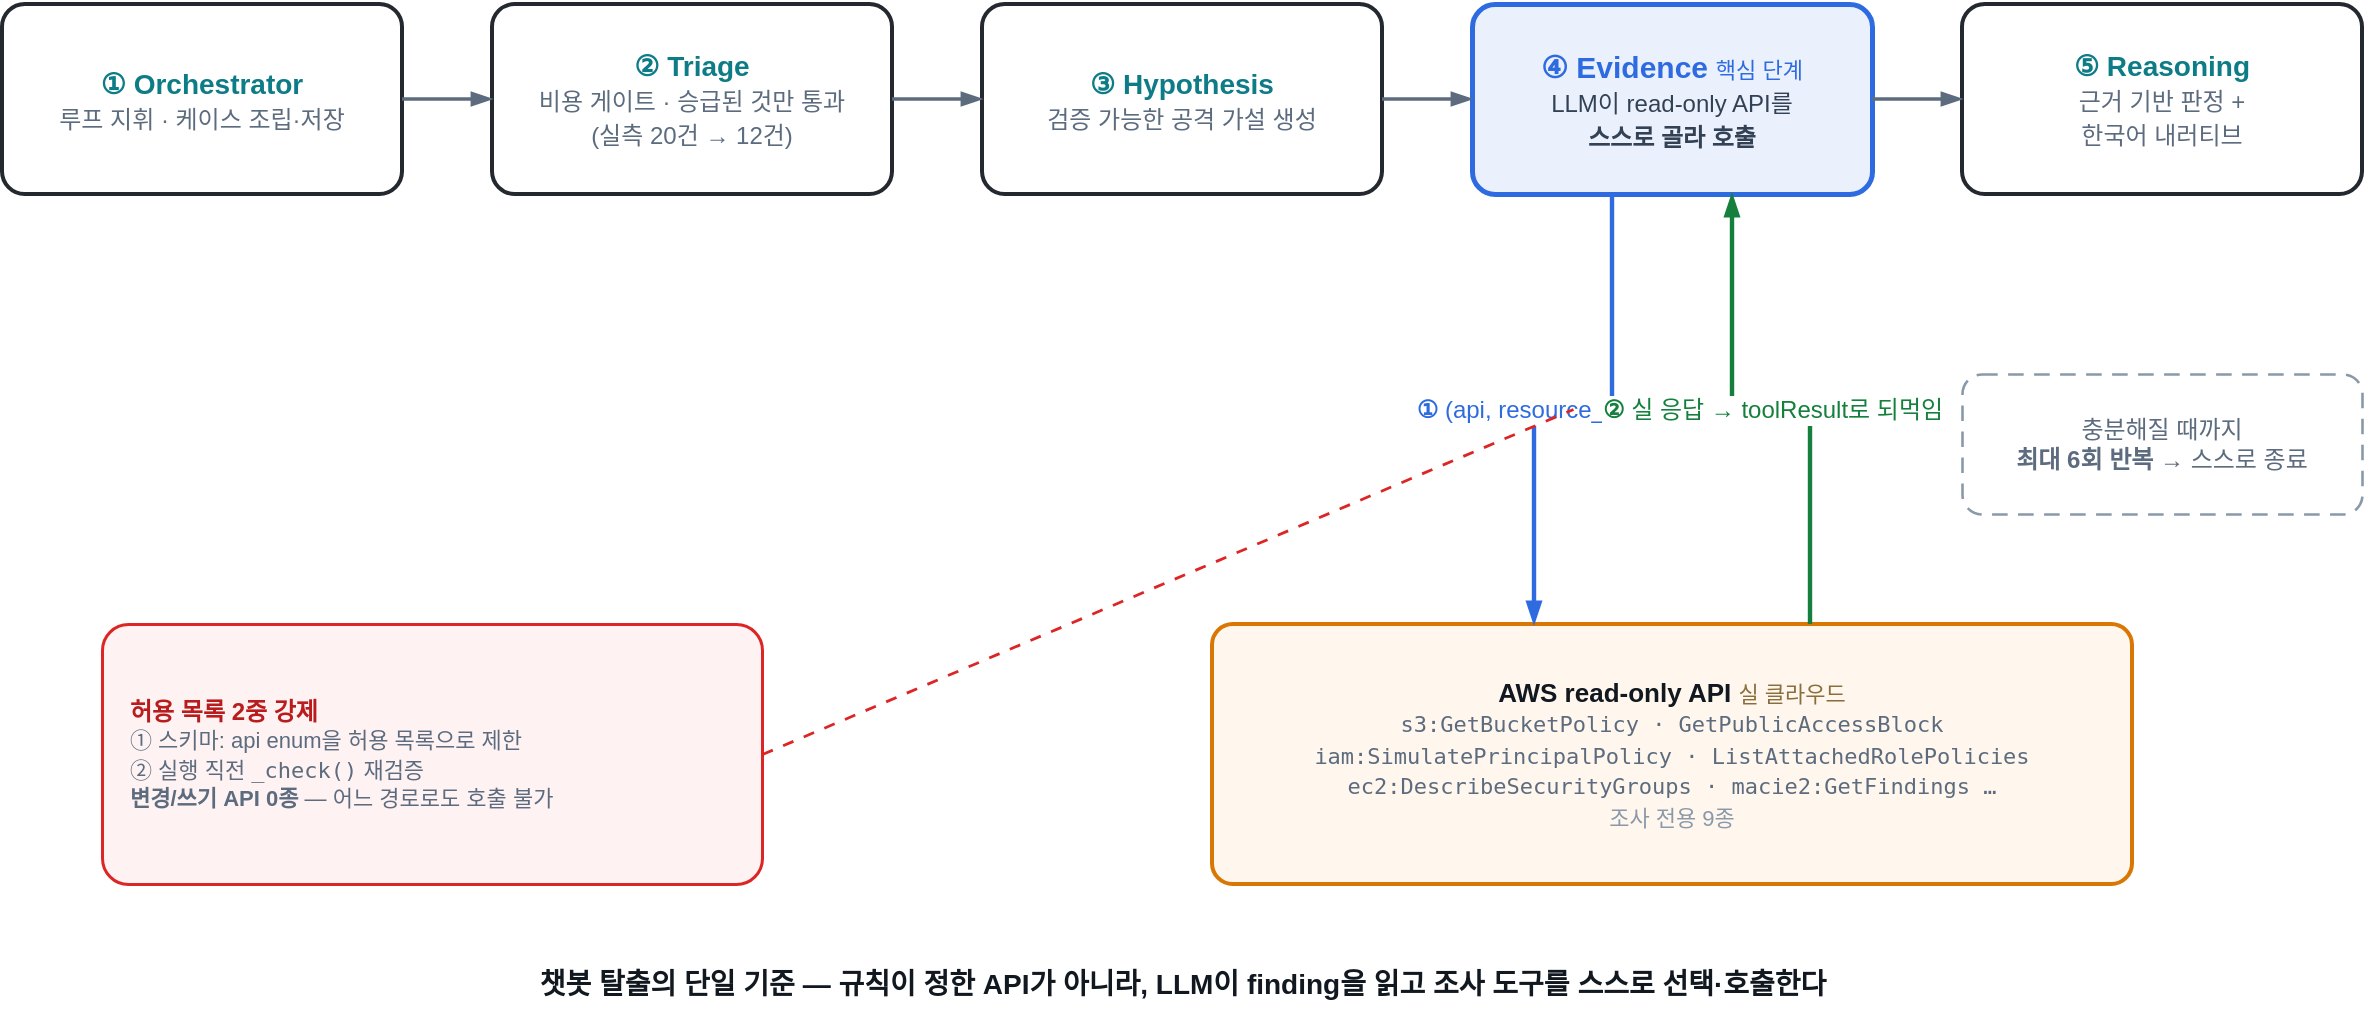
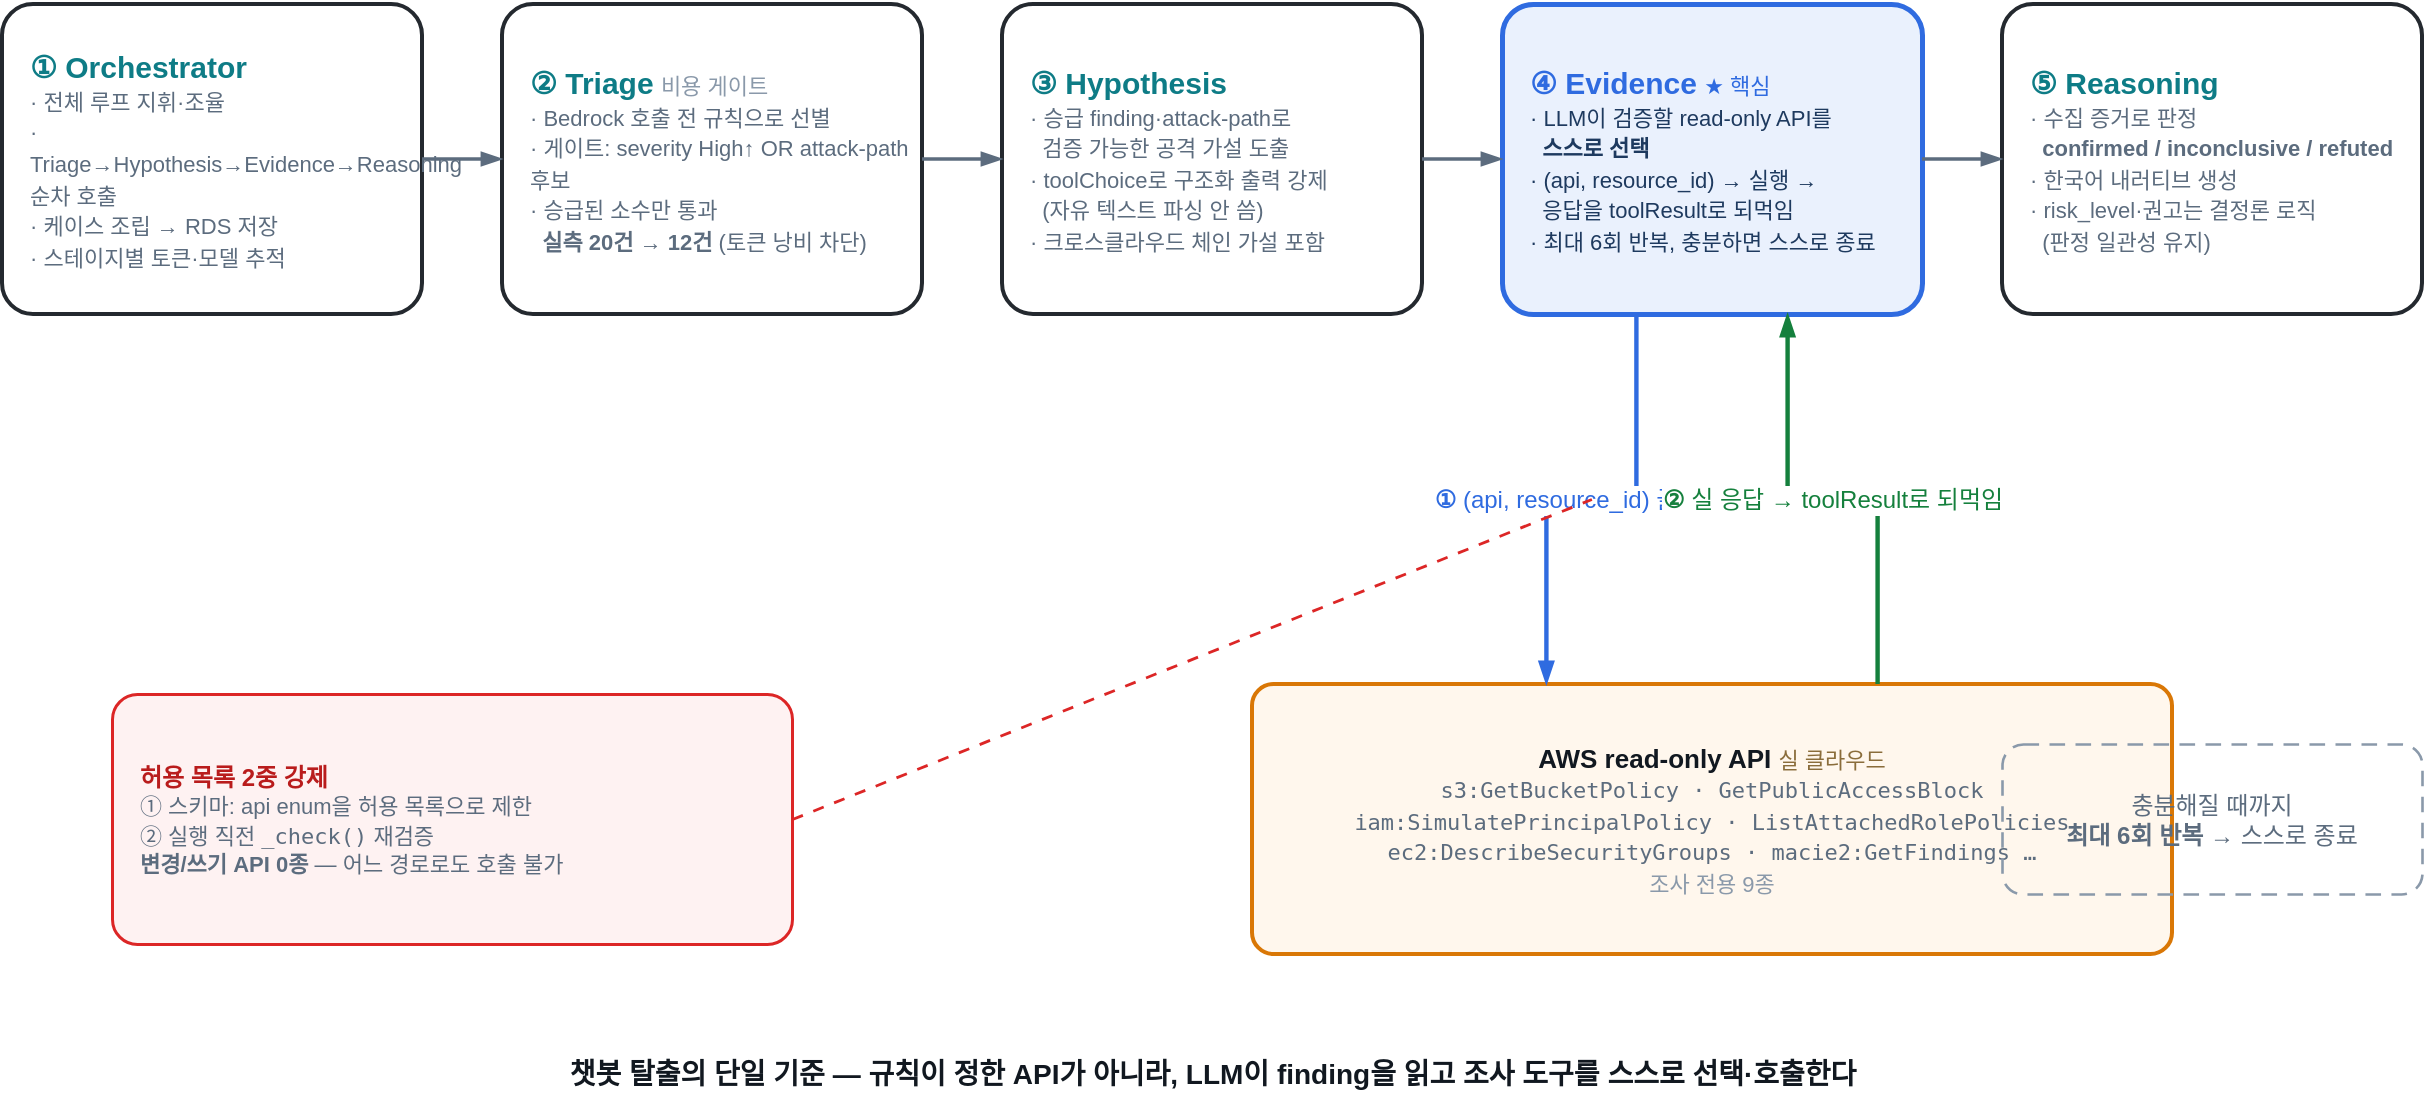
<mxfile host="app.diagrams.net" type="device">
  <diagram name="에이전틱 조사 루프" id="agentic-loop">
-     <mxGraphModel dx="1100" dy="640" grid="1" gridSize="10" guides="1" tooltips="1" connect="1" arrows="1" fold="1" page="1" pageScale="1" pageWidth="1220" pageHeight="600" math="0" shadow="0">
+     <mxGraphModel dx="1120" dy="660" grid="1" gridSize="10" guides="1" tooltips="1" connect="1" arrows="1" fold="1" page="1" pageScale="1" pageWidth="1240" pageHeight="620" math="0" shadow="0">
      <root>
        <mxCell id="0" />
        <mxCell id="1" parent="0" />

-         <!-- ============ 5단계 루프 (가로) ============ -->
-         <mxCell id="s1" value="&lt;b&gt;&lt;font color=&quot;#0E7C86&quot;&gt;① Orchestrator&lt;/font&gt;&lt;/b&gt;&lt;br&gt;&lt;font style=&quot;font-size: 12px;&quot; color=&quot;#5C6C7E&quot;&gt;루프 지휘 · 케이스 조립·저장&lt;/font&gt;"
-           style="rounded=1;arcSize=12;whiteSpace=wrap;html=1;fillColor=#FFFFFF;strokeColor=#24292F;strokeWidth=2;fontColor=#111820;fontSize=14;verticalAlign=middle;"
+         <!-- ============ 5단계 루프 (가로) — 각 단계 불릿 3종 ============ -->
+         <mxCell id="s1" value="&lt;b&gt;&lt;font color=&quot;#0E7C86&quot; style=&quot;font-size: 15px;&quot;&gt;① Orchestrator&lt;/font&gt;&lt;/b&gt;&lt;br&gt;&lt;font style=&quot;font-size: 11px;&quot; color=&quot;#5C6C7E&quot;&gt;· 전체 루프 지휘·조율&lt;br&gt;· Triage→Hypothesis→Evidence→Reasoning 순차 호출&lt;br&gt;· 케이스 조립 → RDS 저장&lt;br&gt;· 스테이지별 토큰·모델 추적&lt;/font&gt;"
+           style="rounded=1;arcSize=10;whiteSpace=wrap;html=1;fillColor=#FFFFFF;strokeColor=#24292F;strokeWidth=2;fontColor=#111820;fontSize=13;align=left;spacingLeft=12;verticalAlign=middle;"
          vertex="1" parent="1">
-           <mxGeometry x="20" y="50" width="200" height="95" as="geometry" />
+           <mxGeometry x="15" y="40" width="210" height="155" as="geometry" />
        </mxCell>

-         <mxCell id="s2" value="&lt;b&gt;&lt;font color=&quot;#0E7C86&quot;&gt;② Triage&lt;/font&gt;&lt;/b&gt;&lt;br&gt;&lt;font style=&quot;font-size: 12px;&quot; color=&quot;#5C6C7E&quot;&gt;비용 게이트 · 승급된 것만 통과&lt;br&gt;(실측 20건 → 12건)&lt;/font&gt;"
-           style="rounded=1;arcSize=12;whiteSpace=wrap;html=1;fillColor=#FFFFFF;strokeColor=#24292F;strokeWidth=2;fontColor=#111820;fontSize=14;verticalAlign=middle;"
+         <mxCell id="s2" value="&lt;b&gt;&lt;font color=&quot;#0E7C86&quot; style=&quot;font-size: 15px;&quot;&gt;② Triage&lt;/font&gt;&lt;/b&gt;&amp;nbsp;&lt;font style=&quot;font-size: 11px;&quot; color=&quot;#8A99AA&quot;&gt;비용 게이트&lt;/font&gt;&lt;br&gt;&lt;font style=&quot;font-size: 11px;&quot; color=&quot;#5C6C7E&quot;&gt;· Bedrock 호출 전 규칙으로 선별&lt;br&gt;· 게이트: severity High↑ OR attack-path 후보&lt;br&gt;· 승급된 소수만 통과&lt;br&gt;&amp;nbsp;&amp;nbsp;&lt;b&gt;실측 20건 → 12건&lt;/b&gt; (토큰 낭비 차단)&lt;/font&gt;"
+           style="rounded=1;arcSize=10;whiteSpace=wrap;html=1;fillColor=#FFFFFF;strokeColor=#24292F;strokeWidth=2;fontColor=#111820;fontSize=13;align=left;spacingLeft=12;verticalAlign=middle;"
          vertex="1" parent="1">
-           <mxGeometry x="265" y="50" width="200" height="95" as="geometry" />
+           <mxGeometry x="265" y="40" width="210" height="155" as="geometry" />
        </mxCell>

-         <mxCell id="s3" value="&lt;b&gt;&lt;font color=&quot;#0E7C86&quot;&gt;③ Hypothesis&lt;/font&gt;&lt;/b&gt;&lt;br&gt;&lt;font style=&quot;font-size: 12px;&quot; color=&quot;#5C6C7E&quot;&gt;검증 가능한 공격 가설 생성&lt;/font&gt;"
-           style="rounded=1;arcSize=12;whiteSpace=wrap;html=1;fillColor=#FFFFFF;strokeColor=#24292F;strokeWidth=2;fontColor=#111820;fontSize=14;verticalAlign=middle;"
+         <mxCell id="s3" value="&lt;b&gt;&lt;font color=&quot;#0E7C86&quot; style=&quot;font-size: 15px;&quot;&gt;③ Hypothesis&lt;/font&gt;&lt;/b&gt;&lt;br&gt;&lt;font style=&quot;font-size: 11px;&quot; color=&quot;#5C6C7E&quot;&gt;· 승급 finding·attack-path로&lt;br&gt;&amp;nbsp;&amp;nbsp;검증 가능한 공격 가설 도출&lt;br&gt;· toolChoice로 구조화 출력 강제&lt;br&gt;&amp;nbsp;&amp;nbsp;(자유 텍스트 파싱 안 씀)&lt;br&gt;· 크로스클라우드 체인 가설 포함&lt;/font&gt;"
+           style="rounded=1;arcSize=10;whiteSpace=wrap;html=1;fillColor=#FFFFFF;strokeColor=#24292F;strokeWidth=2;fontColor=#111820;fontSize=13;align=left;spacingLeft=12;verticalAlign=middle;"
          vertex="1" parent="1">
-           <mxGeometry x="510" y="50" width="200" height="95" as="geometry" />
+           <mxGeometry x="515" y="40" width="210" height="155" as="geometry" />
        </mxCell>

        <!-- ④ Evidence — 핵심 단계(강조) -->
-         <mxCell id="s4" value="&lt;b style=&quot;font-size: 15px;&quot;&gt;&lt;font color=&quot;#2F6BE0&quot;&gt;④ Evidence&lt;/font&gt;&lt;/b&gt;&amp;nbsp;&lt;font style=&quot;font-size: 11px;&quot; color=&quot;#2F6BE0&quot;&gt;핵심 단계&lt;/font&gt;&lt;br&gt;&lt;font style=&quot;font-size: 12px;&quot; color=&quot;#334155&quot;&gt;LLM이 read-only API를&lt;br&gt;&lt;b&gt;스스로 골라 호출&lt;/b&gt;&lt;/font&gt;"
-           style="rounded=1;arcSize=12;whiteSpace=wrap;html=1;fillColor=#EAF1FD;strokeColor=#2F6BE0;strokeWidth=2.5;fontColor=#111820;fontSize=14;verticalAlign=middle;"
+         <mxCell id="s4" value="&lt;b style=&quot;font-size: 15px;&quot;&gt;&lt;font color=&quot;#2F6BE0&quot;&gt;④ Evidence&lt;/font&gt;&lt;/b&gt;&amp;nbsp;&lt;font style=&quot;font-size: 11px;&quot; color=&quot;#2F6BE0&quot;&gt;★ 핵심&lt;/font&gt;&lt;br&gt;&lt;font style=&quot;font-size: 11px;&quot; color=&quot;#1E3A5F&quot;&gt;· LLM이 검증할 read-only API를&lt;br&gt;&amp;nbsp;&amp;nbsp;&lt;b&gt;스스로 선택&lt;/b&gt;&lt;br&gt;· (api, resource_id) → 실행 →&lt;br&gt;&amp;nbsp;&amp;nbsp;응답을 toolResult로 되먹임&lt;br&gt;· 최대 6회 반복, 충분하면 스스로 종료&lt;/font&gt;"
+           style="rounded=1;arcSize=10;whiteSpace=wrap;html=1;fillColor=#EAF1FD;strokeColor=#2F6BE0;strokeWidth=2.5;fontColor=#111820;fontSize=13;align=left;spacingLeft=12;verticalAlign=middle;"
          vertex="1" parent="1">
-           <mxGeometry x="755" y="50" width="200" height="95" as="geometry" />
+           <mxGeometry x="765" y="40" width="210" height="155" as="geometry" />
        </mxCell>

-         <mxCell id="s5" value="&lt;b&gt;&lt;font color=&quot;#0E7C86&quot;&gt;⑤ Reasoning&lt;/font&gt;&lt;/b&gt;&lt;br&gt;&lt;font style=&quot;font-size: 12px;&quot; color=&quot;#5C6C7E&quot;&gt;근거 기반 판정 +&lt;br&gt;한국어 내러티브&lt;/font&gt;"
-           style="rounded=1;arcSize=12;whiteSpace=wrap;html=1;fillColor=#FFFFFF;strokeColor=#24292F;strokeWidth=2;fontColor=#111820;fontSize=14;verticalAlign=middle;"
+         <mxCell id="s5" value="&lt;b&gt;&lt;font color=&quot;#0E7C86&quot; style=&quot;font-size: 15px;&quot;&gt;⑤ Reasoning&lt;/font&gt;&lt;/b&gt;&lt;br&gt;&lt;font style=&quot;font-size: 11px;&quot; color=&quot;#5C6C7E&quot;&gt;· 수집 증거로 판정&lt;br&gt;&amp;nbsp;&amp;nbsp;&lt;b&gt;confirmed / inconclusive / refuted&lt;/b&gt;&lt;br&gt;· 한국어 내러티브 생성&lt;br&gt;· risk_level·권고는 결정론 로직&lt;br&gt;&amp;nbsp;&amp;nbsp;(판정 일관성 유지)&lt;/font&gt;"
+           style="rounded=1;arcSize=10;whiteSpace=wrap;html=1;fillColor=#FFFFFF;strokeColor=#24292F;strokeWidth=2;fontColor=#111820;fontSize=13;align=left;spacingLeft=12;verticalAlign=middle;"
          vertex="1" parent="1">
-           <mxGeometry x="1000" y="50" width="200" height="95" as="geometry" />
+           <mxGeometry x="1015" y="40" width="210" height="155" as="geometry" />
        </mxCell>

        <!-- 단계 연결 화살표 -->
        <mxCell id="a1" style="edgeStyle=orthogonalEdgeStyle;rounded=0;html=1;strokeColor=#5C6C7E;strokeWidth=1.8;endArrow=blockThin;endFill=1;exitX=1;exitY=0.5;entryX=0;entryY=0.5;"
          edge="1" parent="1" source="s1" target="s2"><mxGeometry relative="1" as="geometry" /></mxCell>
        <mxCell id="a2" style="edgeStyle=orthogonalEdgeStyle;rounded=0;html=1;strokeColor=#5C6C7E;strokeWidth=1.8;endArrow=blockThin;endFill=1;exitX=1;exitY=0.5;entryX=0;entryY=0.5;"
          edge="1" parent="1" source="s2" target="s3"><mxGeometry relative="1" as="geometry" /></mxCell>
        <mxCell id="a3" style="edgeStyle=orthogonalEdgeStyle;rounded=0;html=1;strokeColor=#5C6C7E;strokeWidth=1.8;endArrow=blockThin;endFill=1;exitX=1;exitY=0.5;entryX=0;entryY=0.5;"
          edge="1" parent="1" source="s3" target="s4"><mxGeometry relative="1" as="geometry" /></mxCell>
        <mxCell id="a4" style="edgeStyle=orthogonalEdgeStyle;rounded=0;html=1;strokeColor=#5C6C7E;strokeWidth=1.8;endArrow=blockThin;endFill=1;exitX=1;exitY=0.5;entryX=0;entryY=0.5;"
          edge="1" parent="1" source="s4" target="s5"><mxGeometry relative="1" as="geometry" /></mxCell>

        <!-- ============ AWS read-only API (실 클라우드) ============ -->
        <mxCell id="aws" value="&lt;b&gt;AWS read-only API&lt;/b&gt;&amp;nbsp;&lt;font style=&quot;font-size: 11px;&quot; color=&quot;#8A6D3B&quot;&gt;실 클라우드&lt;/font&gt;&lt;br&gt;&lt;font style=&quot;font-family: Consolas, monospace; font-size: 11px;&quot; color=&quot;#5C6C7E&quot;&gt;s3:GetBucketPolicy · GetPublicAccessBlock&lt;br&gt;iam:SimulatePrincipalPolicy · ListAttachedRolePolicies&lt;br&gt;ec2:DescribeSecurityGroups · macie2:GetFindings …&lt;/font&gt;&lt;br&gt;&lt;font style=&quot;font-size: 11px;&quot; color=&quot;#8A99AA&quot;&gt;조사 전용 9종&lt;/font&gt;"
          style="rounded=1;arcSize=8;whiteSpace=wrap;html=1;fillColor=#FFF7ED;strokeColor=#D97706;strokeWidth=2;fontColor=#111820;fontSize=13;verticalAlign=middle;"
          vertex="1" parent="1">
-           <mxGeometry x="625" y="360" width="460" height="130" as="geometry" />
+           <mxGeometry x="640" y="380" width="460" height="135" as="geometry" />
        </mxCell>

        <!-- 왕복 화살표: 나감(호출) -->
        <mxCell id="call" value="&lt;b&gt;①&lt;/b&gt; (api, resource_id) 골라 호출"
-           style="edgeStyle=orthogonalEdgeStyle;rounded=0;html=1;strokeColor=#2F6BE0;strokeWidth=2.2;endArrow=blockThin;endFill=1;fontSize=12;fontColor=#2F6BE0;labelBackgroundColor=#FFFFFF;exitX=0.35;exitY=1;entryX=0.35;entryY=0;"
+           style="edgeStyle=orthogonalEdgeStyle;rounded=0;html=1;strokeColor=#2F6BE0;strokeWidth=2.2;endArrow=blockThin;endFill=1;fontSize=12;fontColor=#2F6BE0;labelBackgroundColor=#FFFFFF;exitX=0.32;exitY=1;entryX=0.32;entryY=0;"
          edge="1" parent="1" source="s4" target="aws"><mxGeometry relative="1" as="geometry" /></mxCell>

        <!-- 왕복 화살표: 돌아옴(증거) -->
        <mxCell id="ret" value="&lt;b&gt;②&lt;/b&gt; 실 응답 → toolResult로 되먹임"
-           style="edgeStyle=orthogonalEdgeStyle;rounded=0;html=1;strokeColor=#15803D;strokeWidth=2.2;endArrow=blockThin;endFill=1;fontSize=12;fontColor=#15803D;labelBackgroundColor=#FFFFFF;exitX=0.65;exitY=0;entryX=0.65;entryY=1;"
+           style="edgeStyle=orthogonalEdgeStyle;rounded=0;html=1;strokeColor=#15803D;strokeWidth=2.2;endArrow=blockThin;endFill=1;fontSize=12;fontColor=#15803D;labelBackgroundColor=#FFFFFF;exitX=0.68;exitY=0;entryX=0.68;entryY=1;"
          edge="1" parent="1" source="aws" target="s4"><mxGeometry relative="1" as="geometry" /></mxCell>

        <!-- 반복 주석 -->
        <mxCell id="loop" value="&lt;font style=&quot;font-size: 12px;&quot; color=&quot;#5C6C7E&quot;&gt;충분해질 때까지&lt;br&gt;&lt;b&gt;최대 6회 반복&lt;/b&gt; → 스스로 종료&lt;/font&gt;"
          style="rounded=1;arcSize=14;whiteSpace=wrap;html=1;dashed=1;dashPattern=6 4;fillColor=none;strokeColor=#8A99AA;strokeWidth=1.3;fontColor=#111820;fontSize=12;verticalAlign=middle;"
          vertex="1" parent="1">
-           <mxGeometry x="1000" y="235" width="200" height="70" as="geometry" />
+           <mxGeometry x="1015" y="410" width="210" height="75" as="geometry" />
        </mxCell>

        <!-- 거버넌스 가드 (2중 강제) -->
        <mxCell id="guard" value="&lt;b&gt;&lt;font color=&quot;#B91C1C&quot;&gt;허용 목록 2중 강제&lt;/font&gt;&lt;/b&gt;&lt;br&gt;&lt;font style=&quot;font-size: 11px;&quot; color=&quot;#5C6C7E&quot;&gt;① 스키마: api enum을 허용 목록으로 제한&lt;br&gt;② 실행 직전 &lt;font style=&quot;font-family: Consolas, monospace;&quot;&gt;_check()&lt;/font&gt; 재검증&lt;br&gt;&lt;b&gt;변경/쓰기 API 0종&lt;/b&gt; — 어느 경로로도 호출 불가&lt;/font&gt;"
          style="rounded=1;arcSize=10;whiteSpace=wrap;html=1;fillColor=#FEF2F2;strokeColor=#DC2626;strokeWidth=1.5;fontColor=#111820;fontSize=12;align=left;spacingLeft=12;verticalAlign=middle;"
          vertex="1" parent="1">
-           <mxGeometry x="70" y="360" width="330" height="130" as="geometry" />
+           <mxGeometry x="70" y="385" width="340" height="125" as="geometry" />
        </mxCell>

        <mxCell id="gline" style="html=1;strokeColor=#DC2626;strokeWidth=1.4;dashed=1;dashPattern=4 4;endArrow=none;startArrow=none;exitX=1;exitY=0.5;entryX=0.05;entryY=0.5;"
          edge="1" parent="1" source="guard" target="call"><mxGeometry relative="1" as="geometry" /></mxCell>

        <!-- 하단 핵심 문장 -->
        <mxCell id="foot" value="&lt;b style=&quot;font-size: 14px;&quot;&gt;챗봇 탈출의 단일 기준 — 규칙이 정한 API가 아니라, LLM이 finding을 읽고 조사 도구를 스스로 선택·호출한다&lt;/b&gt;"
          style="text;html=1;align=center;verticalAlign=middle;fontColor=#111820;fontSize=14;"
          vertex="1" parent="1">
-           <mxGeometry x="120" y="520" width="980" height="40" as="geometry" />
+           <mxGeometry x="130" y="555" width="980" height="40" as="geometry" />
        </mxCell>

      </root>
    </mxGraphModel>
  </diagram>
</mxfile>
